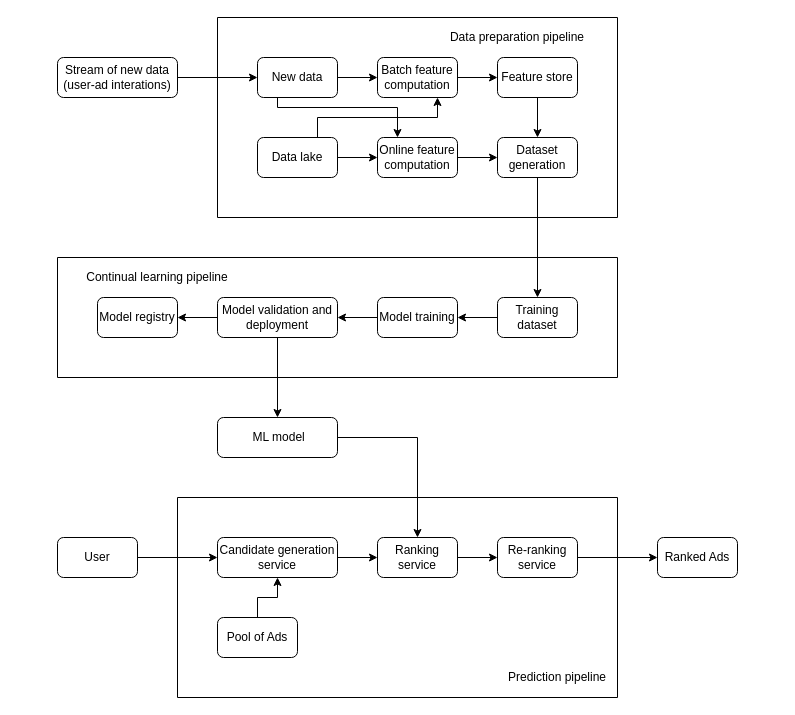
The draw.io diagram machine-learning/image/machine-learning-system-design-1/ad-click-prediction-on-social-platform-4.drawio in riehseun/riehseun.github.io, before the edit. Source tidied: cells renumbered, new cells numbered last; positions are measured from the earlier drawing's top-left corner, leaving out a move shared by most shapes. Both pictures are drawn from the tidied source at 100%, with x=0, y=0 at pixel (57, 17).
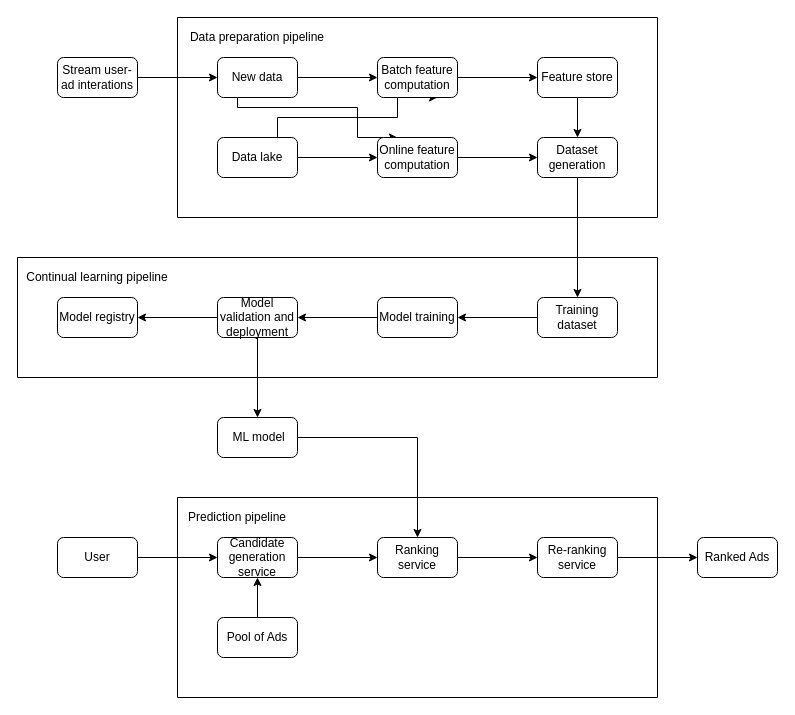
Above is the later version.

Change to the diagram source:
```diff
@@
-    <mxCell id="3" value="Stream of new data (user-ad interations)" style="rounded=1;whiteSpace=wrap;html=1;" parent="1" vertex="1">
-      <mxGeometry y="40" width="120" height="40" as="geometry" />
+    <mxCell id="3" value="Stream user-ad interations" style="rounded=1;whiteSpace=wrap;html=1;" parent="1" vertex="1">
+      <mxGeometry y="40" width="80" height="40" as="geometry" />
     </mxCell>
     <mxCell id="4" style="swimlane;startSize=0;" parent="1" vertex="1">
-      <mxGeometry x="160" width="400" height="200" as="geometry" />
+      <mxGeometry x="120" width="480" height="200" as="geometry" />
     </mxCell>
@@
     <mxCell id="12" value="Batch feature computation" style="rounded=1;whiteSpace=wrap;html=1;" parent="4" vertex="1">
-      <mxGeometry x="160" y="40" width="80" height="40" as="geometry" />
+      <mxGeometry x="200" y="40" width="80" height="40" as="geometry" />
     </mxCell>
@@
     <mxCell id="14" value="Online feature computation" style="rounded=1;whiteSpace=wrap;html=1;" parent="4" vertex="1">
-      <mxGeometry x="160" y="120" width="80" height="40" as="geometry" />
+      <mxGeometry x="200" y="120" width="80" height="40" as="geometry" />
     </mxCell>
@@
     <mxCell id="16" value="Feature store" style="rounded=1;whiteSpace=wrap;html=1;" parent="4" vertex="1">
-      <mxGeometry x="280" y="40" width="80" height="40" as="geometry" />
+      <mxGeometry x="360" y="40" width="80" height="40" as="geometry" />
     </mxCell>
     <mxCell id="17" value="Dataset generation" style="rounded=1;whiteSpace=wrap;html=1;" parent="4" vertex="1">
-      <mxGeometry x="280" y="120" width="80" height="40" as="geometry" />
+      <mxGeometry x="360" y="120" width="80" height="40" as="geometry" />
     </mxCell>
     <mxCell id="18" value="Data preparation pipeline" style="text;html=1;align=center;verticalAlign=middle;whiteSpace=wrap;rounded=0;" parent="4" vertex="1">
-      <mxGeometry x="200" width="200" height="40" as="geometry" />
+      <mxGeometry width="160" height="40" as="geometry" />
     </mxCell>
     <mxCell id="19" style="swimlane;startSize=0;" parent="1" vertex="1">
-      <mxGeometry y="240" width="560" height="120" as="geometry" />
+      <mxGeometry x="-40" y="240" width="640" height="120" as="geometry" />
     </mxCell>
@@
     <mxCell id="21" value="Training dataset" style="rounded=1;whiteSpace=wrap;html=1;" parent="19" vertex="1">
-      <mxGeometry x="440" y="40" width="80" height="40" as="geometry" />
+      <mxGeometry x="520" y="40" width="80" height="40" as="geometry" />
     </mxCell>
@@
     <mxCell id="23" value="Model training" style="rounded=1;whiteSpace=wrap;html=1;" parent="19" vertex="1">
-      <mxGeometry x="320" y="40" width="80" height="40" as="geometry" />
+      <mxGeometry x="360" y="40" width="80" height="40" as="geometry" />
     </mxCell>
@@
     <mxCell id="25" value="Model validation and deployment" style="rounded=1;whiteSpace=wrap;html=1;" parent="19" vertex="1">
-      <mxGeometry x="160" y="40" width="120" height="40" as="geometry" />
+      <mxGeometry x="200" y="40" width="80" height="40" as="geometry" />
     </mxCell>
@@
     <mxCell id="27" value="Continual learning pipeline" style="text;html=1;align=center;verticalAlign=middle;whiteSpace=wrap;rounded=0;" parent="19" vertex="1">
-      <mxGeometry width="200" height="40" as="geometry" />
+      <mxGeometry width="160" height="40" as="geometry" />
     </mxCell>
     <mxCell id="28" style="swimlane;startSize=0;" parent="1" vertex="1">
-      <mxGeometry x="120" y="480" width="440" height="200" as="geometry" />
+      <mxGeometry x="120" y="480" width="480" height="200" as="geometry" />
     </mxCell>
@@
     <mxCell id="30" value="Candidate generation service" style="rounded=1;whiteSpace=wrap;html=1;" parent="28" vertex="1">
-      <mxGeometry x="40" y="40" width="120" height="40" as="geometry" />
+      <mxGeometry x="40" y="40" width="80" height="40" as="geometry" />
     </mxCell>
     <mxCell id="31" value="Re-ranking service" style="rounded=1;whiteSpace=wrap;html=1;" parent="28" vertex="1">
-      <mxGeometry x="320" y="40" width="80" height="40" as="geometry" />
+      <mxGeometry x="360" y="40" width="80" height="40" as="geometry" />
     </mxCell>
@@
     <mxCell id="36" value="Prediction pipeline" style="text;html=1;align=center;verticalAlign=middle;whiteSpace=wrap;rounded=0;" parent="28" vertex="1">
-      <mxGeometry x="320" y="160" width="120" height="40" as="geometry" />
+      <mxGeometry width="120" height="40" as="geometry" />
     </mxCell>
@@
     <mxCell id="38" value="&amp;nbsp;ML model" style="rounded=1;whiteSpace=wrap;html=1;" parent="1" vertex="1">
-      <mxGeometry x="160" y="400" width="120" height="40" as="geometry" />
+      <mxGeometry x="160" y="400" width="80" height="40" as="geometry" />
     </mxCell>
@@
     <mxCell id="43" value="Ranked Ads" style="rounded=1;whiteSpace=wrap;html=1;" parent="1" vertex="1">
-      <mxGeometry x="600" y="520" width="80" height="40" as="geometry" />
+      <mxGeometry x="640" y="520" width="80" height="40" as="geometry" />
     </mxCell>
```
